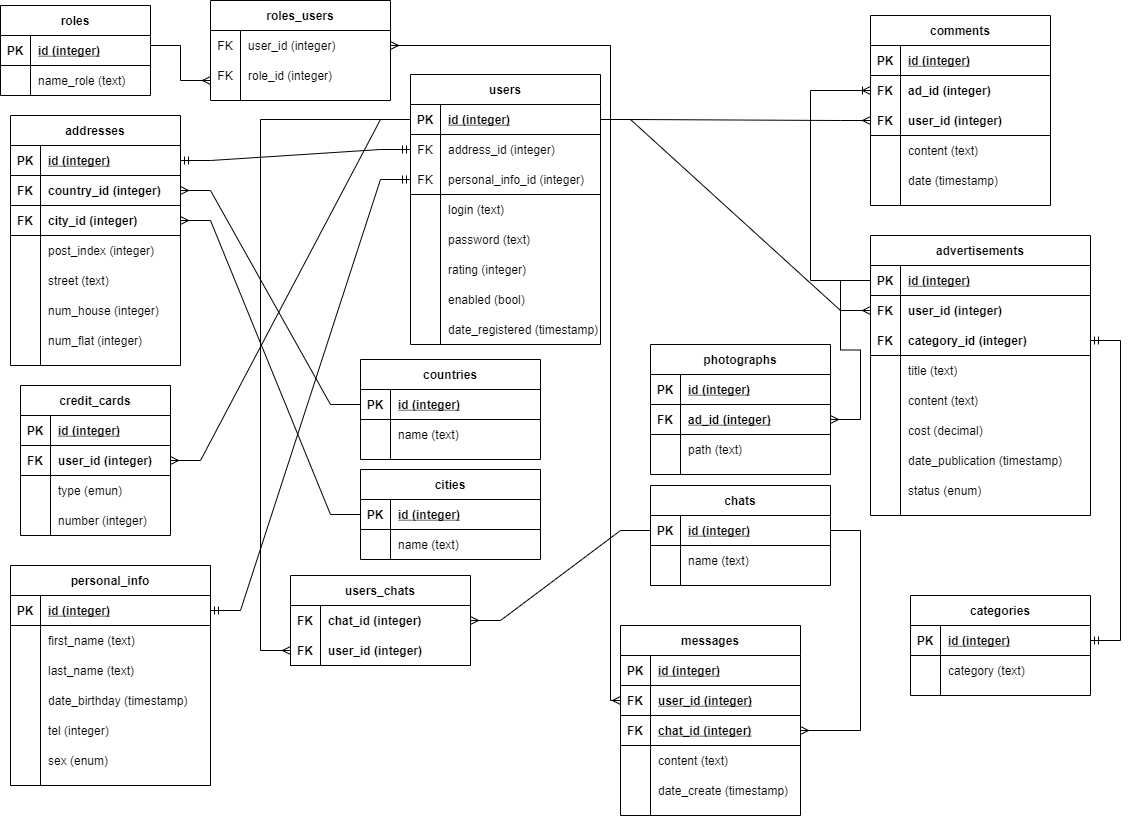
Earlier version of the draw.io export Er-diagrama.png (ElisBuh/PrivateAdvertisements). Source tidied: cells renumbered, new cells last; positions are measured from the earlier drawing's top-left corner, leaving out a move shared by most shapes.
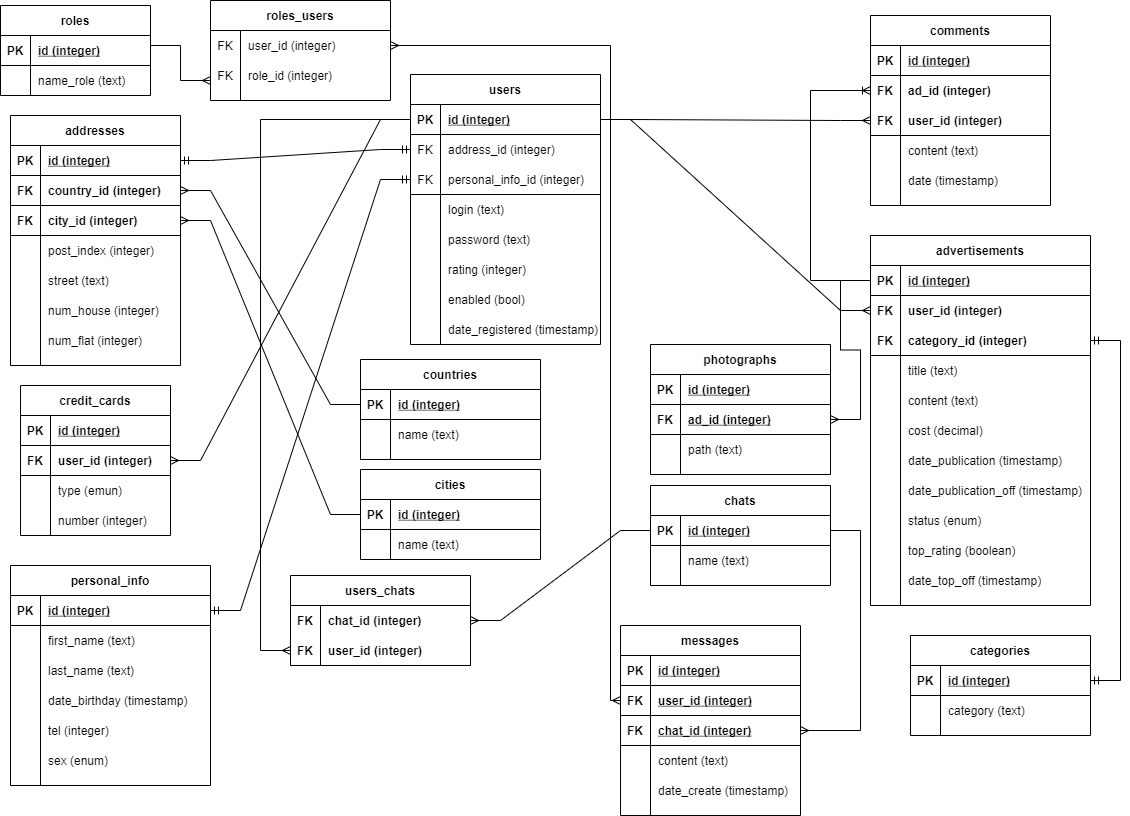
Later version of the same file.

Change to the diagram source:
```diff
@@ -207,7 +207,7 @@
       <mxGeometry relative="1" as="geometry" />
     </mxCell>
     <mxCell id="70" value="advertisements" style="shape=table;startSize=30;rowLines=0;fontStyle=1;align=center;strokeColor=default;" parent="1" vertex="1">
-      <mxGeometry x="870" y="235" width="220" height="280" as="geometry" />
+      <mxGeometry x="870" y="235" width="220" height="370" as="geometry" />
     </mxCell>
     <mxCell id="71" style="shape=partialRectangle;fillColor=none;top=0;left=0;bottom=1;right=0;points=[[0,0.5],[1,0.5]];portConstraint=eastwest;strokeColor=default;" parent="70" vertex="1">
       <mxGeometry y="30" width="220" height="30" as="geometry" />
@@ -272,8 +272,17 @@
     <mxCell id="91" value="date_publication (timestamp)" style="shape=partialRectangle;fillColor=none;top=0;left=0;bottom=0;right=0;align=left;spacingLeft=6;overflow=hidden;strokeColor=default;" parent="89" vertex="1">
       <mxGeometry x="30" width="190" height="30" as="geometry" />
     </mxCell>
+    <mxCell id="213" style="shape=partialRectangle;fillColor=none;top=0;left=0;bottom=0;right=0;strokeColor=default;" parent="70" vertex="1">
+      <mxGeometry y="240" width="220" height="30" as="geometry" />
+    </mxCell>
+    <mxCell id="214" style="shape=partialRectangle;fillColor=none;top=0;left=0;bottom=0;right=0;overflow=hidden;strokeColor=default;" parent="213" vertex="1">
+      <mxGeometry width="30" height="30" as="geometry" />
+    </mxCell>
+    <mxCell id="215" value="date_publication_off (timestamp)" style="shape=partialRectangle;fillColor=none;top=0;left=0;bottom=0;right=0;align=left;spacingLeft=6;overflow=hidden;strokeColor=default;" parent="213" vertex="1">
+      <mxGeometry x="30" width="190" height="30" as="geometry" />
+    </mxCell>
     <mxCell id="92" style="shape=partialRectangle;fillColor=none;top=0;left=0;bottom=0;right=0;strokeColor=default;" parent="70" vertex="1">
-      <mxGeometry y="240" width="220" height="30" as="geometry" />
+      <mxGeometry y="270" width="220" height="30" as="geometry" />
     </mxCell>
     <mxCell id="93" style="shape=partialRectangle;fillColor=none;top=0;left=0;bottom=0;right=0;overflow=hidden;strokeColor=default;" parent="92" vertex="1">
       <mxGeometry width="30" height="30" as="geometry" />
@@ -281,6 +290,24 @@
     <mxCell id="94" value="status (enum)" style="shape=partialRectangle;fillColor=none;top=0;left=0;bottom=0;right=0;align=left;spacingLeft=6;overflow=hidden;strokeColor=default;" parent="92" vertex="1">
       <mxGeometry x="30" width="190" height="30" as="geometry" />
     </mxCell>
+    <mxCell id="216" style="shape=partialRectangle;fillColor=none;top=0;left=0;bottom=0;right=0;strokeColor=default;" parent="70" vertex="1">
+      <mxGeometry y="300" width="220" height="30" as="geometry" />
+    </mxCell>
+    <mxCell id="217" style="shape=partialRectangle;fillColor=none;top=0;left=0;bottom=0;right=0;overflow=hidden;strokeColor=default;" parent="216" vertex="1">
+      <mxGeometry width="30" height="30" as="geometry" />
+    </mxCell>
+    <mxCell id="218" value="top_rating (boolean)" style="shape=partialRectangle;fillColor=none;top=0;left=0;bottom=0;right=0;align=left;spacingLeft=6;overflow=hidden;strokeColor=default;" parent="216" vertex="1">
+      <mxGeometry x="30" width="190" height="30" as="geometry" />
+    </mxCell>
+    <mxCell id="219" style="shape=partialRectangle;fillColor=none;top=0;left=0;bottom=0;right=0;strokeColor=default;" parent="70" vertex="1">
+      <mxGeometry y="330" width="220" height="30" as="geometry" />
+    </mxCell>
+    <mxCell id="220" style="shape=partialRectangle;fillColor=none;top=0;left=0;bottom=0;right=0;overflow=hidden;strokeColor=default;" parent="219" vertex="1">
+      <mxGeometry width="30" height="30" as="geometry" />
+    </mxCell>
+    <mxCell id="221" value="date_top_off (timestamp)" style="shape=partialRectangle;fillColor=none;top=0;left=0;bottom=0;right=0;align=left;spacingLeft=6;overflow=hidden;strokeColor=default;" parent="219" vertex="1">
+      <mxGeometry x="30" width="190" height="30" as="geometry" />
+    </mxCell>
     <mxCell id="95" style="edgeStyle=entityRelationEdgeStyle;fontSize=12;html=1;endArrow=ERmany;rounded=0;exitX=1;exitY=0.5;exitDx=0;exitDy=0;entryX=0;entryY=0.5;entryDx=0;entryDy=0;" parent="1" edge="1" source="10" target="74">
       <mxGeometry relative="1" as="geometry" />
     </mxCell>
@@ -458,7 +485,7 @@
       </mxGeometry>
     </mxCell>
     <mxCell id="148" value="categories" style="shape=table;startSize=30;rowLines=0;fontStyle=1;align=center;" parent="1" vertex="1">
-      <mxGeometry x="910" y="595" width="180" height="100" as="geometry" />
+      <mxGeometry x="910" y="635" width="180" height="100" as="geometry" />
     </mxCell>
     <mxCell id="149" style="shape=partialRectangle;fillColor=none;top=0;left=0;bottom=1;right=0;points=[[0,0.5],[1,0.5]];portConstraint=eastwest;" parent="148" vertex="1">
       <mxGeometry y="30" width="180" height="30" as="geometry" />
```
